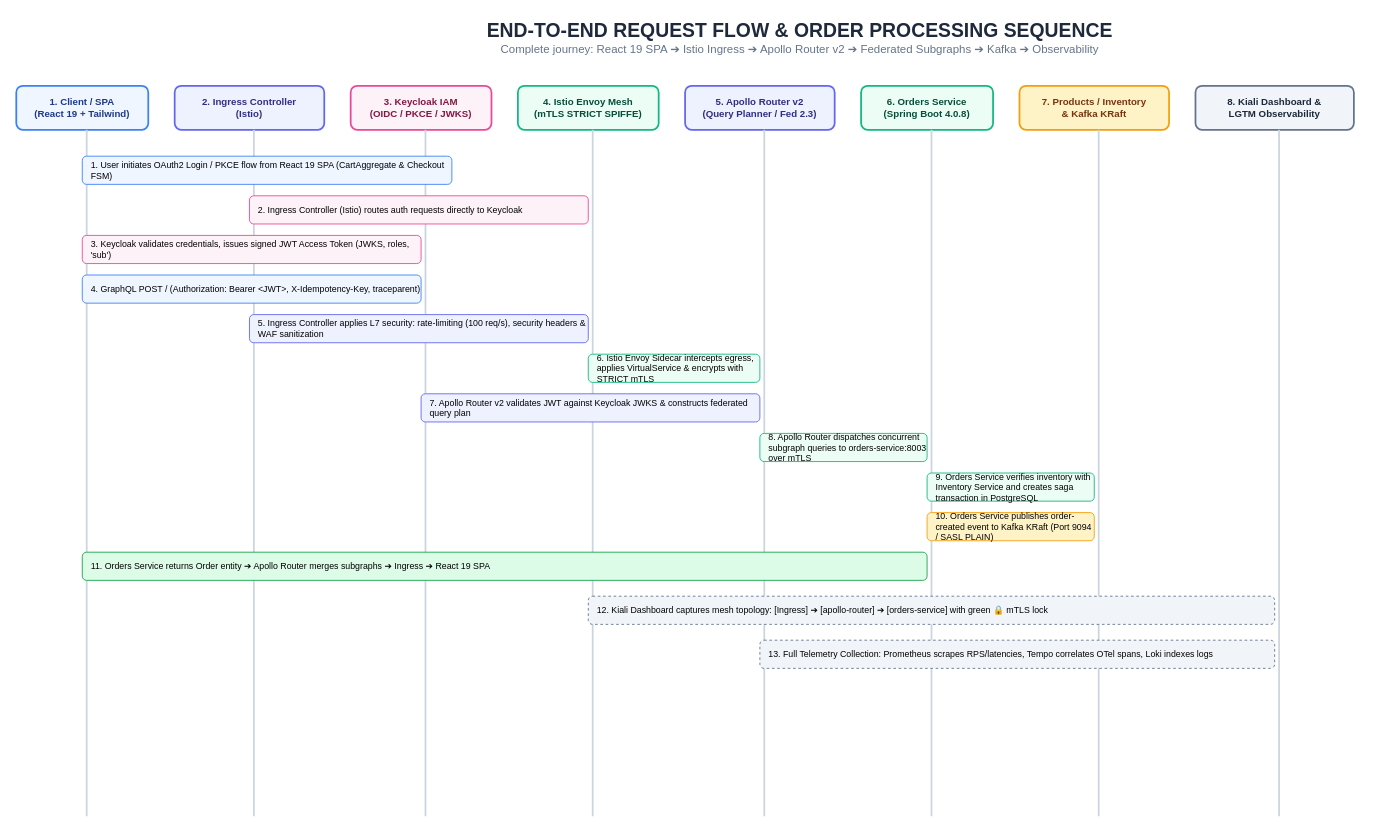
The draw.io diagram page "7. End-to-End Request Flow & Order Processing Sequence" (7 of 12) of docs/Diagrams.drawio in GeorgeGxx/microservices-architecture, before the edit. Source tidied: cells renumbered, new cells numbered last; positions are measured from the earlier drawing's top-left corner, leaving out a move shared by most shapes. Both pictures are drawn from the tidied source at 88%, with x=0, y=0 at pixel (16, 15).
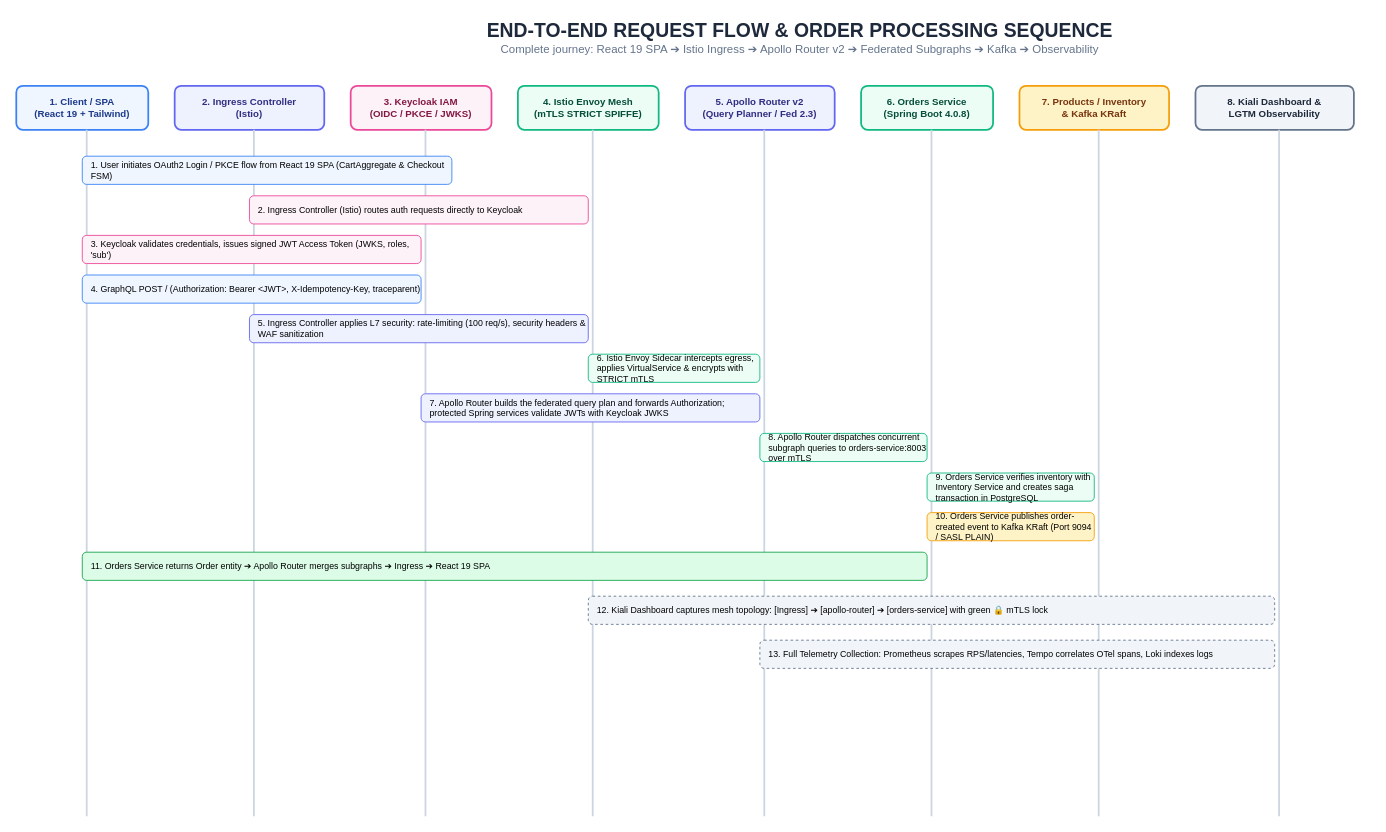
Above is the later version.

Change to the diagram source:
```diff
@@
-    <mxCell id="25" value="7. Apollo Router v2 validates JWT against Keycloak JWKS &amp; constructs federated query plan" style="rounded=1;whiteSpace=wrap;html=1;fillColor=#EEF2FF;strokeColor=#6366F1;fontSize=10;align=left;spacingLeft=8;" parent="1" vertex="1">
+    <mxCell id="25" value="7. Apollo Router builds the federated query plan and forwards Authorization; protected Spring services validate JWTs with Keycloak JWKS" style="rounded=1;whiteSpace=wrap;html=1;fillColor=#EEF2FF;strokeColor=#6366F1;fontSize=10;align=left;spacingLeft=8;" parent="1" vertex="1">
       <mxGeometry x="460" y="430" width="385" height="32" as="geometry" />
     </mxCell>
```
